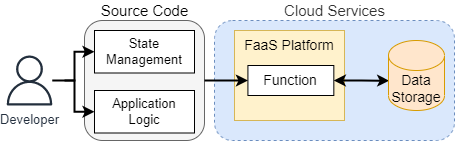
This is doc/diagrams/faas_concept_v3.dio.png from hpcclab/OaaS, a draw.io export, as it was before one commit. Source tidied: cells renumbered, new cells last; positions are measured from the earlier drawing's top-left corner, leaving out a move shared by most shapes. Its diagram source:
```xml
<mxGraphModel>
  <root>
    <mxCell id="0" />
    <mxCell id="1" parent="0" />
    <mxCell id="2" style="rounded=1;whiteSpace=wrap;html=1;fontSize=15;verticalAlign=top;fillColor=#f5f5f5;strokeColor=#666666;fontColor=#333333;" parent="1" vertex="1">
      <mxGeometry x="80" y="20" width="120" height="120" as="geometry" />
    </mxCell>
    <mxCell id="3" style="rounded=1;whiteSpace=wrap;html=1;fillColor=#dae8fc;strokeColor=#6c8ebf;verticalAlign=top;dashed=1;fontSize=15;" parent="1" vertex="1">
      <mxGeometry x="210" y="20" width="240" height="120" as="geometry" />
    </mxCell>
    <mxCell id="4" style="edgeStyle=orthogonalEdgeStyle;rounded=0;jettySize=auto;html=1;entryX=0;entryY=0.5;entryDx=0;entryDy=0;exitX=1;exitY=0.5;exitDx=0;exitDy=0;strokeWidth=2;" parent="1" edge="1" target="5">
      <mxGeometry relative="1" as="geometry">
        <mxPoint x="60" y="80" as="sourcePoint" />
        <Array as="points">
          <mxPoint x="70" y="80" />
          <mxPoint x="70" y="111" />
        </Array>
      </mxGeometry>
    </mxCell>
    <mxCell id="5" value="Application Logic" style="rounded=0;whiteSpace=wrap;html=1;verticalAlign=middle;fontSize=13;" parent="1" vertex="1">
      <mxGeometry x="90" y="90" width="100" height="42.5" as="geometry" />
    </mxCell>
    <mxCell id="6" value="&lt;span style=&quot;font-size: 14px;&quot;&gt;FaaS Platform&lt;/span&gt;" style="rounded=0;whiteSpace=wrap;html=1;fillColor=#fff2cc;strokeColor=#d6b656;verticalAlign=top;fontSize=14;" parent="1" vertex="1">
      <mxGeometry x="230" y="30" width="110" height="90" as="geometry" />
    </mxCell>
    <mxCell id="7" style="edgeStyle=orthogonalEdgeStyle;rounded=0;jettySize=auto;html=1;entryX=0.012;entryY=0.574;entryDx=0;entryDy=0;entryPerimeter=0;startArrow=classic;startFill=1;strokeWidth=2;exitX=1;exitY=0.5;exitDx=0;exitDy=0;" parent="1" edge="1" source="8" target="10">
      <mxGeometry relative="1" as="geometry" />
    </mxCell>
    <mxCell id="8" value="Function" style="rounded=0;whiteSpace=wrap;html=1;verticalAlign=middle;fontSize=14;" parent="1" vertex="1">
      <mxGeometry x="243.4" y="65" width="85.9" height="30" as="geometry" />
    </mxCell>
    <mxCell id="9" style="edgeStyle=orthogonalEdgeStyle;rounded=0;jettySize=auto;html=1;entryX=0;entryY=0.5;entryDx=0;entryDy=0;startArrow=none;startFill=0;endArrow=classic;endFill=1;strokeWidth=2;" parent="1" edge="1" source="2" target="8">
      <mxGeometry relative="1" as="geometry">
        <Array as="points">
          <mxPoint x="230" y="80" />
          <mxPoint x="230" y="80" />
        </Array>
      </mxGeometry>
    </mxCell>
    <mxCell id="10" value="Data Storage" style="shape=cylinder3;whiteSpace=wrap;html=1;boundedLbl=1;backgroundOutline=1;size=15;fillColor=#ffe6cc;strokeColor=#d79b00;fontSize=14;" parent="1" vertex="1">
      <mxGeometry x="384" y="40" width="56" height="70" as="geometry" />
    </mxCell>
    <mxCell id="11" value="State Management" style="rounded=0;whiteSpace=wrap;html=1;verticalAlign=middle;fontSize=13;" parent="1" vertex="1">
      <mxGeometry x="90" y="30" width="100" height="42.5" as="geometry" />
    </mxCell>
    <mxCell id="12" style="edgeStyle=orthogonalEdgeStyle;rounded=0;jettySize=auto;html=1;entryX=0;entryY=0.5;entryDx=0;entryDy=0;fontSize=14;endArrow=classic;endFill=1;strokeWidth=2;" parent="1" edge="1" source="13" target="11">
      <mxGeometry relative="1" as="geometry">
        <Array as="points">
          <mxPoint x="70" y="80" />
          <mxPoint x="70" y="51" />
        </Array>
      </mxGeometry>
    </mxCell>
    <mxCell id="13" value="Developer" style="sketch=0;outlineConnect=0;fontColor=#232F3E;gradientColor=none;fillColor=#232F3D;strokeColor=none;dashed=0;verticalLabelPosition=bottom;verticalAlign=top;align=center;html=1;fontSize=13;fontStyle=0;shape=mxgraph.aws4.user;" parent="1" vertex="1">
      <mxGeometry y="55" width="50" height="50" as="geometry" />
    </mxCell>
    <mxCell id="14" value="&lt;span&gt;Source Code&lt;/span&gt;" style="text;html=1;align=center;verticalAlign=middle;strokeColor=none;fillColor=none;fontSize=15;" parent="1" vertex="1">
      <mxGeometry x="90" width="100" height="20" as="geometry" />
    </mxCell>
    <mxCell id="15" value="&lt;span style=&quot;color: rgb(51 , 51 , 51)&quot;&gt;Cloud Services&lt;/span&gt;" style="text;html=1;align=center;verticalAlign=middle;strokeColor=none;fillColor=none;fontSize=15;" parent="1" vertex="1">
      <mxGeometry x="270" width="120" height="20" as="geometry" />
    </mxCell>
  </root>
</mxGraphModel>
```
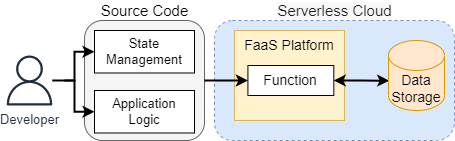
Above is the later version.

What changed in the source:
```diff
@@ -57,8 +57,8 @@
     <mxCell id="14" value="&lt;span&gt;Source Code&lt;/span&gt;" style="text;html=1;align=center;verticalAlign=middle;strokeColor=none;fillColor=none;fontSize=15;" parent="1" vertex="1">
       <mxGeometry x="90" width="100" height="20" as="geometry" />
     </mxCell>
-    <mxCell id="15" value="&lt;span style=&quot;color: rgb(51 , 51 , 51)&quot;&gt;Cloud Services&lt;/span&gt;" style="text;html=1;align=center;verticalAlign=middle;strokeColor=none;fillColor=none;fontSize=15;" parent="1" vertex="1">
-      <mxGeometry x="270" width="120" height="20" as="geometry" />
+    <mxCell id="15" value="&lt;span style=&quot;color: rgb(29 , 28 , 29) ; font-family: , , &amp;#34;applelogo&amp;#34; , sans-serif ; text-align: left ; background-color: rgb(248 , 248 , 248)&quot;&gt;Serverless Cloud&lt;/span&gt;" style="text;html=1;align=center;verticalAlign=middle;strokeColor=none;fillColor=none;fontSize=15;" parent="1" vertex="1">
+      <mxGeometry x="265" width="130" height="20" as="geometry" />
     </mxCell>
   </root>
 </mxGraphModel>
```
